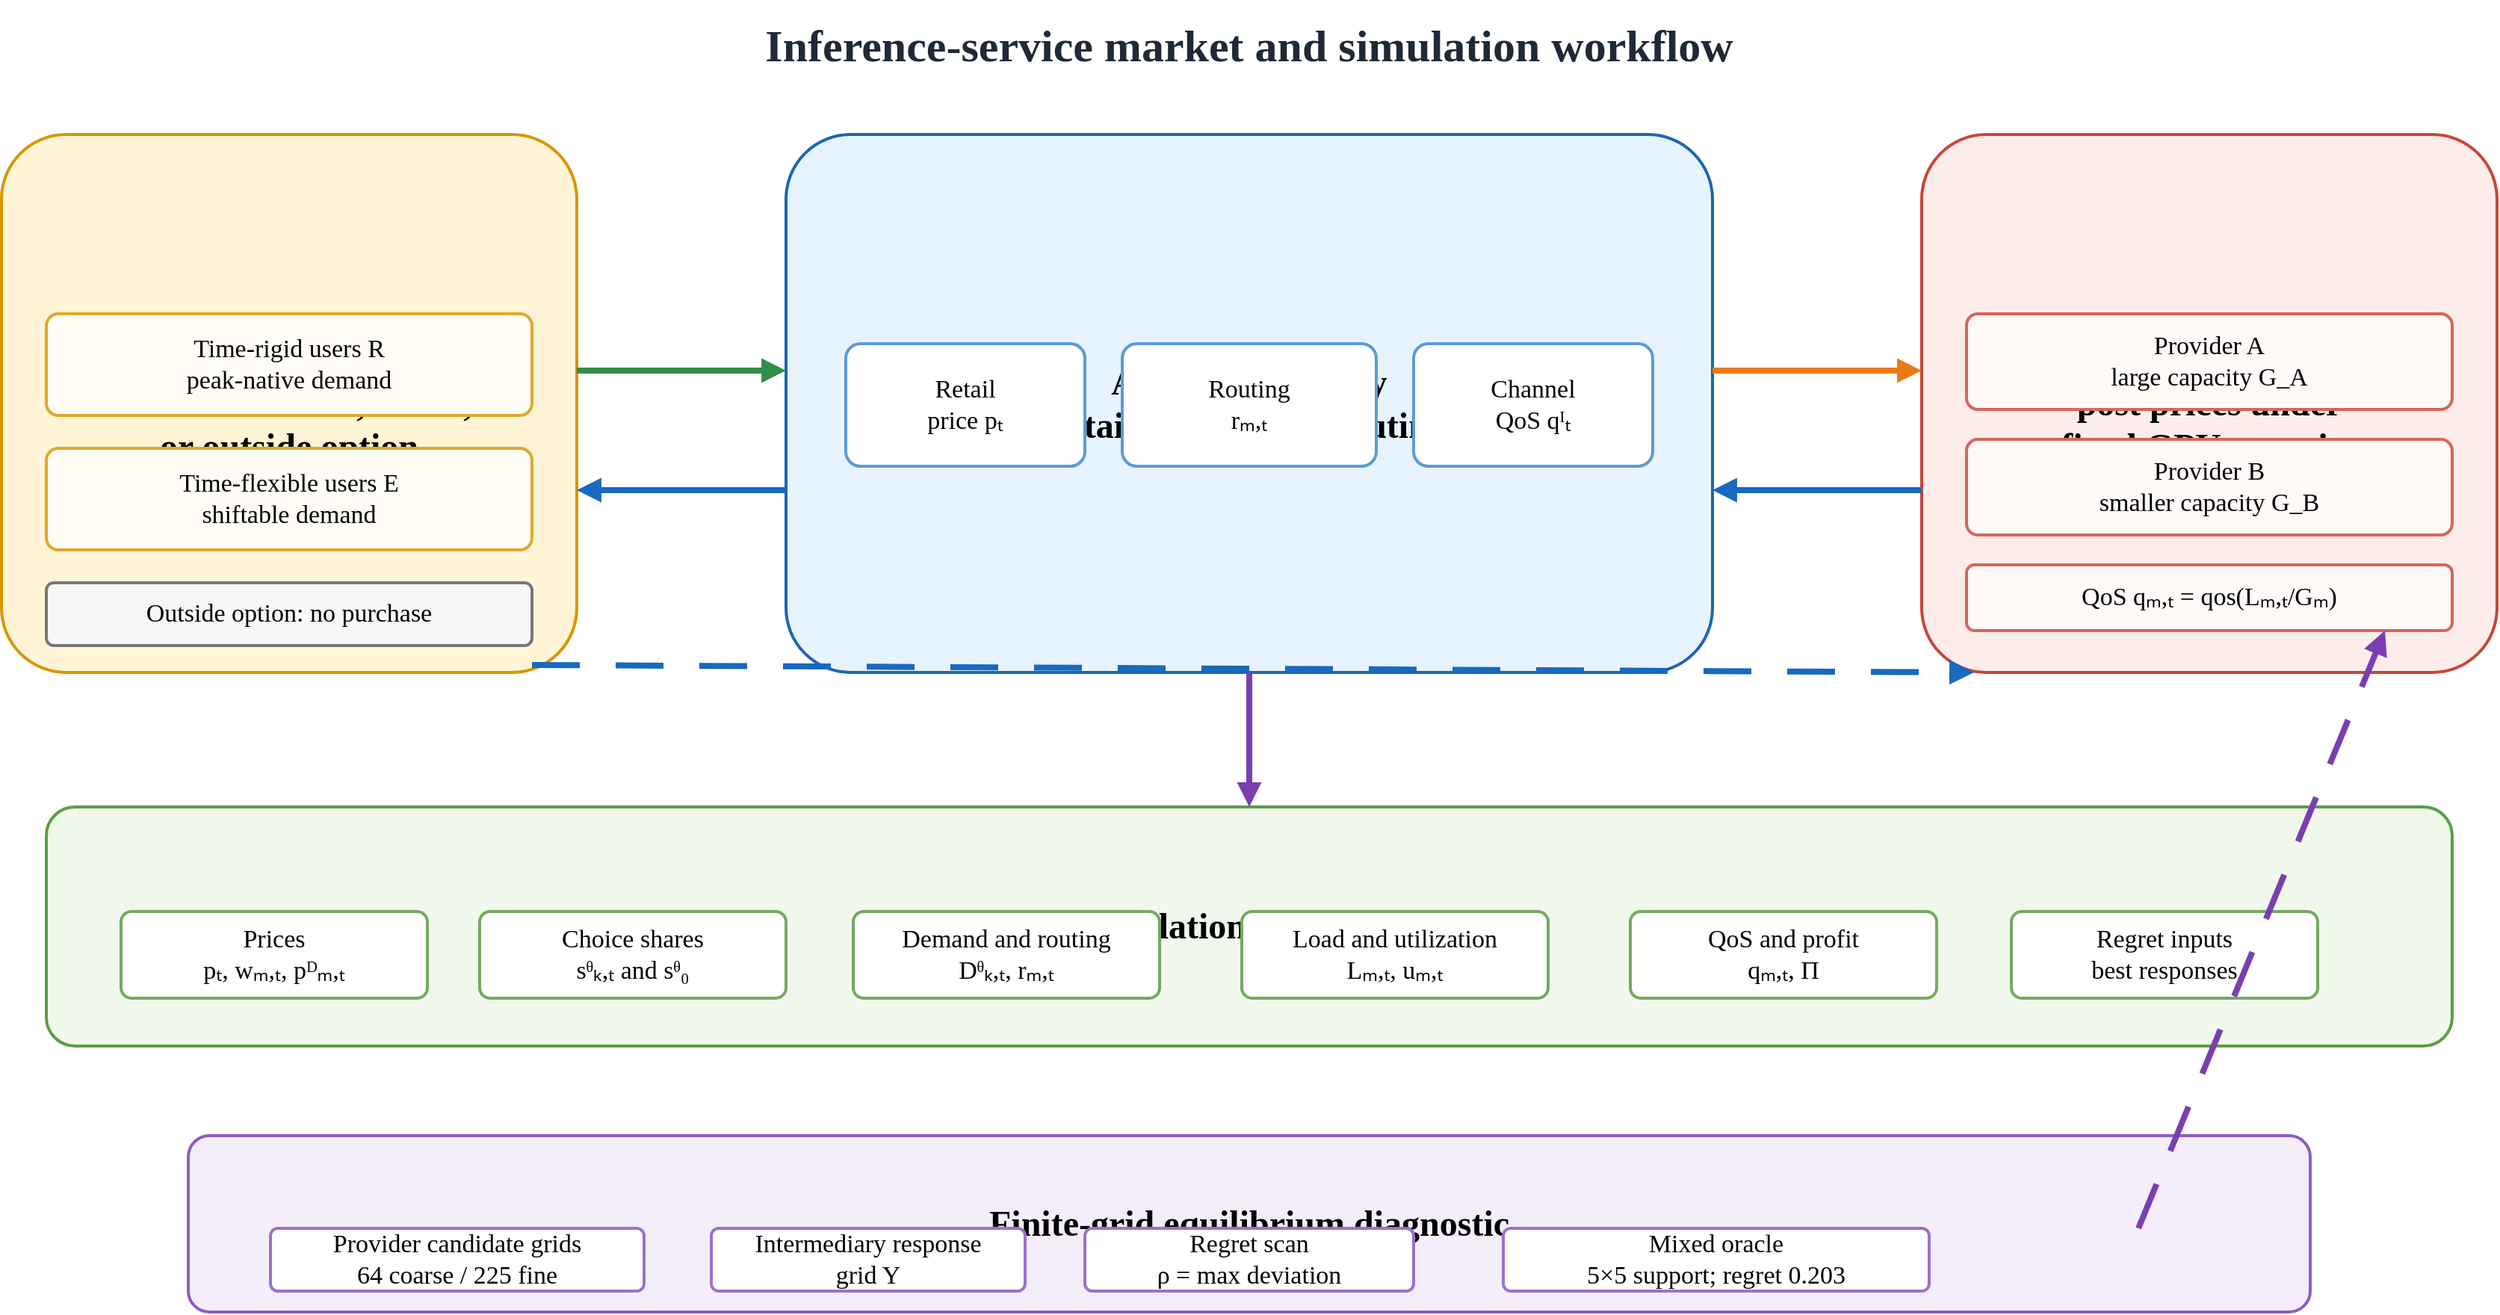
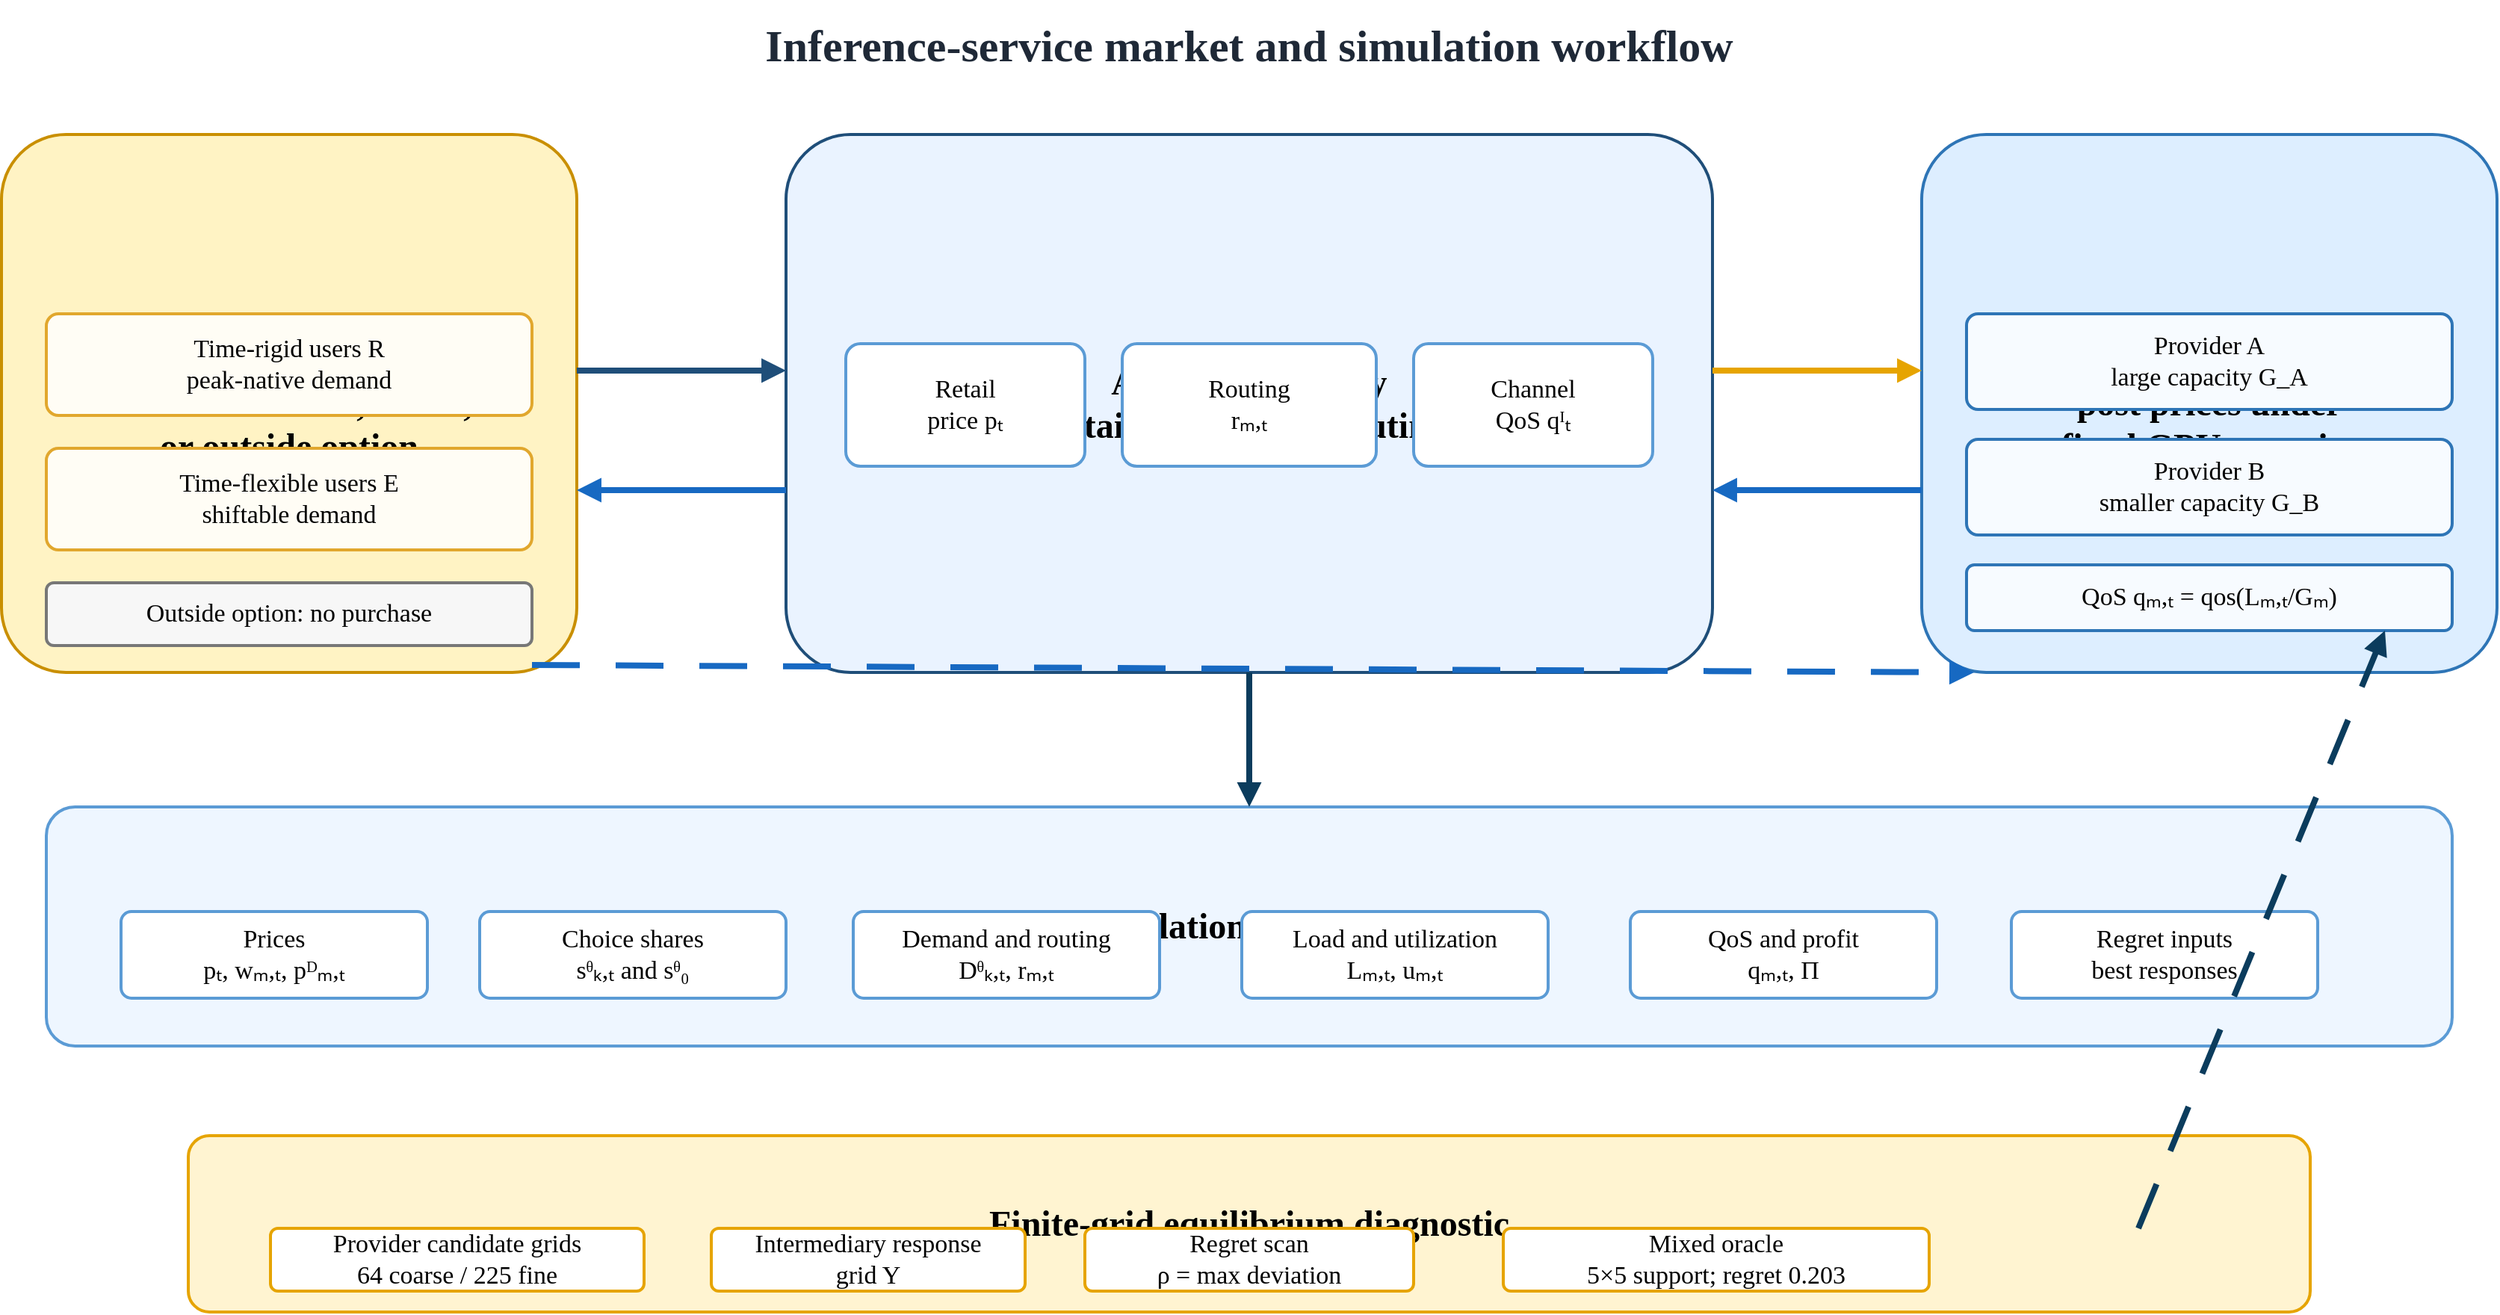
<?xml version='1.0' encoding='UTF-8'?>
<mxfile host="drawio" version="26.0.0">
  <diagram name="Page-1">
    <mxGraphModel dx="1800" dy="1020" grid="1" gridSize="10" guides="1" tooltips="1" connect="1" arrows="1" fold="1" page="1" pageScale="1" pageWidth="1800" pageHeight="1020" math="0" shadow="0">
      <root>
        <mxCell id="0" />
        <mxCell id="1" parent="0" />
        <mxCell id="2" value="&lt;div&gt;Inference-service market and simulation workflow&lt;/div&gt;" style="text;html=1;strokeColor=none;fillColor=none;whiteSpace=wrap;fontFamily=Times New Roman;fontSize=30;fontColor=#1F2937;fontStyle=1;align=center;verticalAlign=middle;" vertex="1" parent="1">
          <mxGeometry as="geometry" x="520" y="30" width="760" height="60" />
        </mxCell>
-         <mxCell id="3" value="&lt;div&gt;Users&lt;br&gt;choose brokered, direct,&lt;br&gt;or outside option&lt;/div&gt;" style="rounded=1;whiteSpace=wrap;html=1;arcSize=12;fillColor=#FFF5D6;strokeColor=#D99500;strokeWidth=2;fontFamily=Times New Roman;fontSize=24;fontStyle=1;align=center;verticalAlign=middle;" vertex="1" parent="1">
+         <mxCell id="3" value="&lt;div&gt;Users&lt;br&gt;choose brokered, direct,&lt;br&gt;or outside option&lt;/div&gt;" style="rounded=1;whiteSpace=wrap;html=1;arcSize=12;fillColor=#FFF3C4;strokeColor=#C98F00;strokeWidth=2;fontFamily=Times New Roman;fontSize=24;fontStyle=1;align=center;verticalAlign=middle;" vertex="1" parent="1">
          <mxGeometry as="geometry" x="65" y="120" width="385" height="360" />
        </mxCell>
-         <mxCell id="4" value="&lt;div&gt;API Intermediary&lt;br&gt;sets retail price pₜ and routing rₘ,ₜ&lt;/div&gt;" style="rounded=1;whiteSpace=wrap;html=1;arcSize=12;fillColor=#E7F3FF;strokeColor=#1B66B1;strokeWidth=2;fontFamily=Times New Roman;fontSize=24;fontStyle=1;align=center;verticalAlign=middle;" vertex="1" parent="1">
+         <mxCell id="4" value="&lt;div&gt;API Intermediary&lt;br&gt;sets retail price pₜ and routing rₘ,ₜ&lt;/div&gt;" style="rounded=1;whiteSpace=wrap;html=1;arcSize=12;fillColor=#EAF3FF;strokeColor=#1F4E79;strokeWidth=2;fontFamily=Times New Roman;fontSize=24;fontStyle=1;align=center;verticalAlign=middle;" vertex="1" parent="1">
          <mxGeometry as="geometry" x="590" y="120" width="620" height="360" />
        </mxCell>
-         <mxCell id="5" value="&lt;div&gt;Inference Providers&lt;br&gt;post prices under&lt;br&gt;fixed GPU capacity&lt;/div&gt;" style="rounded=1;whiteSpace=wrap;html=1;arcSize=12;fillColor=#FDEDEA;strokeColor=#C84638;strokeWidth=2;fontFamily=Times New Roman;fontSize=24;fontStyle=1;align=center;verticalAlign=middle;" vertex="1" parent="1">
+         <mxCell id="5" value="&lt;div&gt;Inference Providers&lt;br&gt;post prices under&lt;br&gt;fixed GPU capacity&lt;/div&gt;" style="rounded=1;whiteSpace=wrap;html=1;arcSize=12;fillColor=#DDEEFF;strokeColor=#2E75B6;strokeWidth=2;fontFamily=Times New Roman;fontSize=24;fontStyle=1;align=center;verticalAlign=middle;" vertex="1" parent="1">
          <mxGeometry as="geometry" x="1350" y="120" width="385" height="360" />
        </mxCell>
-         <mxCell id="6" value="&lt;div&gt;Simulation fixed point&lt;/div&gt;" style="rounded=1;whiteSpace=wrap;html=1;arcSize=12;fillColor=#F0F8EC;strokeColor=#5A9E45;strokeWidth=2;fontFamily=Times New Roman;fontSize=24;fontStyle=1;align=center;verticalAlign=middle;" vertex="1" parent="1">
+         <mxCell id="6" value="&lt;div&gt;Simulation fixed point&lt;/div&gt;" style="rounded=1;whiteSpace=wrap;html=1;arcSize=12;fillColor=#EEF6FF;strokeColor=#5B9BD5;strokeWidth=2;fontFamily=Times New Roman;fontSize=24;fontStyle=1;align=center;verticalAlign=middle;" vertex="1" parent="1">
          <mxGeometry as="geometry" x="95" y="570" width="1610" height="160" />
        </mxCell>
-         <mxCell id="7" value="&lt;div&gt;Finite-grid equilibrium diagnostic&lt;/div&gt;" style="rounded=1;whiteSpace=wrap;html=1;arcSize=12;fillColor=#F4EEFA;strokeColor=#8D5CC2;strokeWidth=2;fontFamily=Times New Roman;fontSize=24;fontStyle=1;align=center;verticalAlign=middle;" vertex="1" parent="1">
+         <mxCell id="7" value="&lt;div&gt;Finite-grid equilibrium diagnostic&lt;/div&gt;" style="rounded=1;whiteSpace=wrap;html=1;arcSize=12;fillColor=#FFF4D1;strokeColor=#E6A400;strokeWidth=2;fontFamily=Times New Roman;fontSize=24;fontStyle=1;align=center;verticalAlign=middle;" vertex="1" parent="1">
          <mxGeometry as="geometry" x="190" y="790" width="1420" height="118" />
        </mxCell>
        <mxCell id="8" value="&lt;div&gt;Time-rigid users R&lt;br&gt;peak-native demand&lt;/div&gt;" style="rounded=1;whiteSpace=wrap;html=1;arcSize=12;fillColor=#FFFDF5;strokeColor=#E1A72D;strokeWidth=2;fontFamily=Times New Roman;fontSize=17;fontStyle=0;align=center;verticalAlign=middle;" vertex="1" parent="1">
          <mxGeometry as="geometry" x="95" y="240" width="325" height="68" />
        </mxCell>
        <mxCell id="9" value="&lt;div&gt;Time-flexible users E&lt;br&gt;shiftable demand&lt;/div&gt;" style="rounded=1;whiteSpace=wrap;html=1;arcSize=12;fillColor=#FFFDF5;strokeColor=#E1A72D;strokeWidth=2;fontFamily=Times New Roman;fontSize=17;fontStyle=0;align=center;verticalAlign=middle;" vertex="1" parent="1">
          <mxGeometry as="geometry" x="95" y="330" width="325" height="68" />
        </mxCell>
        <mxCell id="10" value="&lt;div&gt;Outside option: no purchase&lt;/div&gt;" style="rounded=1;whiteSpace=wrap;html=1;arcSize=12;fillColor=#F7F7F7;strokeColor=#777777;strokeWidth=2;fontFamily=Times New Roman;fontSize=17;fontStyle=0;align=center;verticalAlign=middle;" vertex="1" parent="1">
          <mxGeometry as="geometry" x="95" y="420" width="325" height="42" />
        </mxCell>
        <mxCell id="11" value="&lt;div&gt;Retail&lt;br&gt;price pₜ&lt;/div&gt;" style="rounded=1;whiteSpace=wrap;html=1;arcSize=12;fillColor=#FFFFFF;strokeColor=#5B9BD5;strokeWidth=2;fontFamily=Times New Roman;fontSize=17;fontStyle=0;align=center;verticalAlign=middle;" vertex="1" parent="1">
          <mxGeometry as="geometry" x="630" y="260" width="160" height="82" />
        </mxCell>
        <mxCell id="12" value="&lt;div&gt;Routing&lt;br&gt;rₘ,ₜ&lt;/div&gt;" style="rounded=1;whiteSpace=wrap;html=1;arcSize=12;fillColor=#FFFFFF;strokeColor=#5B9BD5;strokeWidth=2;fontFamily=Times New Roman;fontSize=17;fontStyle=0;align=center;verticalAlign=middle;" vertex="1" parent="1">
          <mxGeometry as="geometry" x="815" y="260" width="170" height="82" />
        </mxCell>
        <mxCell id="13" value="&lt;div&gt;Channel&lt;br&gt;QoS qᴵₜ&lt;/div&gt;" style="rounded=1;whiteSpace=wrap;html=1;arcSize=12;fillColor=#FFFFFF;strokeColor=#5B9BD5;strokeWidth=2;fontFamily=Times New Roman;fontSize=17;fontStyle=0;align=center;verticalAlign=middle;" vertex="1" parent="1">
          <mxGeometry as="geometry" x="1010" y="260" width="160" height="82" />
        </mxCell>
-         <mxCell id="14" value="&lt;div&gt;Provider A&lt;br&gt;large capacity G_A&lt;/div&gt;" style="rounded=1;whiteSpace=wrap;html=1;arcSize=12;fillColor=#FFF9F8;strokeColor=#D7655B;strokeWidth=2;fontFamily=Times New Roman;fontSize=17;fontStyle=0;align=center;verticalAlign=middle;" vertex="1" parent="1">
+         <mxCell id="14" value="&lt;div&gt;Provider A&lt;br&gt;large capacity G_A&lt;/div&gt;" style="rounded=1;whiteSpace=wrap;html=1;arcSize=12;fillColor=#F7FBFF;strokeColor=#2E75B6;strokeWidth=2;fontFamily=Times New Roman;fontSize=17;fontStyle=0;align=center;verticalAlign=middle;" vertex="1" parent="1">
          <mxGeometry as="geometry" x="1380" y="240" width="325" height="64" />
        </mxCell>
-         <mxCell id="15" value="&lt;div&gt;Provider B&lt;br&gt;smaller capacity G_B&lt;/div&gt;" style="rounded=1;whiteSpace=wrap;html=1;arcSize=12;fillColor=#FFF9F8;strokeColor=#D7655B;strokeWidth=2;fontFamily=Times New Roman;fontSize=17;fontStyle=0;align=center;verticalAlign=middle;" vertex="1" parent="1">
+         <mxCell id="15" value="&lt;div&gt;Provider B&lt;br&gt;smaller capacity G_B&lt;/div&gt;" style="rounded=1;whiteSpace=wrap;html=1;arcSize=12;fillColor=#F7FBFF;strokeColor=#2E75B6;strokeWidth=2;fontFamily=Times New Roman;fontSize=17;fontStyle=0;align=center;verticalAlign=middle;" vertex="1" parent="1">
          <mxGeometry as="geometry" x="1380" y="324" width="325" height="64" />
        </mxCell>
-         <mxCell id="16" value="&lt;div&gt;QoS qₘ,ₜ = qos(Lₘ,ₜ/Gₘ)&lt;/div&gt;" style="rounded=1;whiteSpace=wrap;html=1;arcSize=12;fillColor=#FFF9F8;strokeColor=#D7655B;strokeWidth=2;fontFamily=Times New Roman;fontSize=17;fontStyle=0;align=center;verticalAlign=middle;" vertex="1" parent="1">
+         <mxCell id="16" value="&lt;div&gt;QoS qₘ,ₜ = qos(Lₘ,ₜ/Gₘ)&lt;/div&gt;" style="rounded=1;whiteSpace=wrap;html=1;arcSize=12;fillColor=#F7FBFF;strokeColor=#2E75B6;strokeWidth=2;fontFamily=Times New Roman;fontSize=17;fontStyle=0;align=center;verticalAlign=middle;" vertex="1" parent="1">
          <mxGeometry as="geometry" x="1380" y="408" width="325" height="44" />
        </mxCell>
-         <mxCell id="17" value="&lt;div&gt;Prices&lt;br&gt;pₜ, wₘ,ₜ, pᴰₘ,ₜ&lt;/div&gt;" style="rounded=1;whiteSpace=wrap;html=1;arcSize=12;fillColor=#FFFFFF;strokeColor=#73AA5F;strokeWidth=2;fontFamily=Times New Roman;fontSize=17;fontStyle=0;align=center;verticalAlign=middle;" vertex="1" parent="1">
+         <mxCell id="17" value="&lt;div&gt;Prices&lt;br&gt;pₜ, wₘ,ₜ, pᴰₘ,ₜ&lt;/div&gt;" style="rounded=1;whiteSpace=wrap;html=1;arcSize=12;fillColor=#FFFFFF;strokeColor=#5B9BD5;strokeWidth=2;fontFamily=Times New Roman;fontSize=17;fontStyle=0;align=center;verticalAlign=middle;" vertex="1" parent="1">
          <mxGeometry as="geometry" x="145" y="640" width="205" height="58" />
        </mxCell>
-         <mxCell id="18" value="&lt;div&gt;Choice shares&lt;br&gt;sᶿₖ,ₜ and sᶿ₀&lt;/div&gt;" style="rounded=1;whiteSpace=wrap;html=1;arcSize=12;fillColor=#FFFFFF;strokeColor=#73AA5F;strokeWidth=2;fontFamily=Times New Roman;fontSize=17;fontStyle=0;align=center;verticalAlign=middle;" vertex="1" parent="1">
+         <mxCell id="18" value="&lt;div&gt;Choice shares&lt;br&gt;sᶿₖ,ₜ and sᶿ₀&lt;/div&gt;" style="rounded=1;whiteSpace=wrap;html=1;arcSize=12;fillColor=#FFFFFF;strokeColor=#5B9BD5;strokeWidth=2;fontFamily=Times New Roman;fontSize=17;fontStyle=0;align=center;verticalAlign=middle;" vertex="1" parent="1">
          <mxGeometry as="geometry" x="385" y="640" width="205" height="58" />
        </mxCell>
-         <mxCell id="19" value="&lt;div&gt;Demand and routing&lt;br&gt;Dᶿₖ,ₜ, rₘ,ₜ&lt;/div&gt;" style="rounded=1;whiteSpace=wrap;html=1;arcSize=12;fillColor=#FFFFFF;strokeColor=#73AA5F;strokeWidth=2;fontFamily=Times New Roman;fontSize=17;fontStyle=0;align=center;verticalAlign=middle;" vertex="1" parent="1">
+         <mxCell id="19" value="&lt;div&gt;Demand and routing&lt;br&gt;Dᶿₖ,ₜ, rₘ,ₜ&lt;/div&gt;" style="rounded=1;whiteSpace=wrap;html=1;arcSize=12;fillColor=#FFFFFF;strokeColor=#5B9BD5;strokeWidth=2;fontFamily=Times New Roman;fontSize=17;fontStyle=0;align=center;verticalAlign=middle;" vertex="1" parent="1">
          <mxGeometry as="geometry" x="635" y="640" width="205" height="58" />
        </mxCell>
-         <mxCell id="20" value="&lt;div&gt;Load and utilization&lt;br&gt;Lₘ,ₜ, uₘ,ₜ&lt;/div&gt;" style="rounded=1;whiteSpace=wrap;html=1;arcSize=12;fillColor=#FFFFFF;strokeColor=#73AA5F;strokeWidth=2;fontFamily=Times New Roman;fontSize=17;fontStyle=0;align=center;verticalAlign=middle;" vertex="1" parent="1">
+         <mxCell id="20" value="&lt;div&gt;Load and utilization&lt;br&gt;Lₘ,ₜ, uₘ,ₜ&lt;/div&gt;" style="rounded=1;whiteSpace=wrap;html=1;arcSize=12;fillColor=#FFFFFF;strokeColor=#5B9BD5;strokeWidth=2;fontFamily=Times New Roman;fontSize=17;fontStyle=0;align=center;verticalAlign=middle;" vertex="1" parent="1">
          <mxGeometry as="geometry" x="895" y="640" width="205" height="58" />
        </mxCell>
-         <mxCell id="21" value="&lt;div&gt;QoS and profit&lt;br&gt;qₘ,ₜ, Π&lt;/div&gt;" style="rounded=1;whiteSpace=wrap;html=1;arcSize=12;fillColor=#FFFFFF;strokeColor=#73AA5F;strokeWidth=2;fontFamily=Times New Roman;fontSize=17;fontStyle=0;align=center;verticalAlign=middle;" vertex="1" parent="1">
+         <mxCell id="21" value="&lt;div&gt;QoS and profit&lt;br&gt;qₘ,ₜ, Π&lt;/div&gt;" style="rounded=1;whiteSpace=wrap;html=1;arcSize=12;fillColor=#FFFFFF;strokeColor=#5B9BD5;strokeWidth=2;fontFamily=Times New Roman;fontSize=17;fontStyle=0;align=center;verticalAlign=middle;" vertex="1" parent="1">
          <mxGeometry as="geometry" x="1155" y="640" width="205" height="58" />
        </mxCell>
-         <mxCell id="22" value="&lt;div&gt;Regret inputs&lt;br&gt;best responses&lt;/div&gt;" style="rounded=1;whiteSpace=wrap;html=1;arcSize=12;fillColor=#FFFFFF;strokeColor=#73AA5F;strokeWidth=2;fontFamily=Times New Roman;fontSize=17;fontStyle=0;align=center;verticalAlign=middle;" vertex="1" parent="1">
+         <mxCell id="22" value="&lt;div&gt;Regret inputs&lt;br&gt;best responses&lt;/div&gt;" style="rounded=1;whiteSpace=wrap;html=1;arcSize=12;fillColor=#FFFFFF;strokeColor=#5B9BD5;strokeWidth=2;fontFamily=Times New Roman;fontSize=17;fontStyle=0;align=center;verticalAlign=middle;" vertex="1" parent="1">
          <mxGeometry as="geometry" x="1410" y="640" width="205" height="58" />
        </mxCell>
-         <mxCell id="23" value="&lt;div&gt;Provider candidate grids&lt;br&gt;64 coarse / 225 fine&lt;/div&gt;" style="rounded=1;whiteSpace=wrap;html=1;arcSize=12;fillColor=#FFFFFF;strokeColor=#9D70C9;strokeWidth=2;fontFamily=Times New Roman;fontSize=17;fontStyle=0;align=center;verticalAlign=middle;" vertex="1" parent="1">
+         <mxCell id="23" value="&lt;div&gt;Provider candidate grids&lt;br&gt;64 coarse / 225 fine&lt;/div&gt;" style="rounded=1;whiteSpace=wrap;html=1;arcSize=12;fillColor=#FFFFFF;strokeColor=#E6A400;strokeWidth=2;fontFamily=Times New Roman;fontSize=17;fontStyle=0;align=center;verticalAlign=middle;" vertex="1" parent="1">
          <mxGeometry as="geometry" x="245" y="852" width="250" height="42" />
        </mxCell>
-         <mxCell id="24" value="&lt;div&gt;Intermediary response&lt;br&gt;grid Y&lt;/div&gt;" style="rounded=1;whiteSpace=wrap;html=1;arcSize=12;fillColor=#FFFFFF;strokeColor=#9D70C9;strokeWidth=2;fontFamily=Times New Roman;fontSize=17;fontStyle=0;align=center;verticalAlign=middle;" vertex="1" parent="1">
+         <mxCell id="24" value="&lt;div&gt;Intermediary response&lt;br&gt;grid Y&lt;/div&gt;" style="rounded=1;whiteSpace=wrap;html=1;arcSize=12;fillColor=#FFFFFF;strokeColor=#E6A400;strokeWidth=2;fontFamily=Times New Roman;fontSize=17;fontStyle=0;align=center;verticalAlign=middle;" vertex="1" parent="1">
          <mxGeometry as="geometry" x="540" y="852" width="210" height="42" />
        </mxCell>
-         <mxCell id="25" value="&lt;div&gt;Regret scan&lt;br&gt;ρ = max deviation&lt;/div&gt;" style="rounded=1;whiteSpace=wrap;html=1;arcSize=12;fillColor=#FFFFFF;strokeColor=#9D70C9;strokeWidth=2;fontFamily=Times New Roman;fontSize=17;fontStyle=0;align=center;verticalAlign=middle;" vertex="1" parent="1">
+         <mxCell id="25" value="&lt;div&gt;Regret scan&lt;br&gt;ρ = max deviation&lt;/div&gt;" style="rounded=1;whiteSpace=wrap;html=1;arcSize=12;fillColor=#FFFFFF;strokeColor=#E6A400;strokeWidth=2;fontFamily=Times New Roman;fontSize=17;fontStyle=0;align=center;verticalAlign=middle;" vertex="1" parent="1">
          <mxGeometry as="geometry" x="790" y="852" width="220" height="42" />
        </mxCell>
-         <mxCell id="26" value="&lt;div&gt;Mixed oracle&lt;br&gt;5×5 support; regret 0.203&lt;/div&gt;" style="rounded=1;whiteSpace=wrap;html=1;arcSize=12;fillColor=#FFFFFF;strokeColor=#9D70C9;strokeWidth=2;fontFamily=Times New Roman;fontSize=17;fontStyle=0;align=center;verticalAlign=middle;" vertex="1" parent="1">
+         <mxCell id="26" value="&lt;div&gt;Mixed oracle&lt;br&gt;5×5 support; regret 0.203&lt;/div&gt;" style="rounded=1;whiteSpace=wrap;html=1;arcSize=12;fillColor=#FFFFFF;strokeColor=#E6A400;strokeWidth=2;fontFamily=Times New Roman;fontSize=17;fontStyle=0;align=center;verticalAlign=middle;" vertex="1" parent="1">
          <mxGeometry as="geometry" x="1070" y="852" width="285" height="42" />
        </mxCell>
-         <mxCell id="27" value="" style="endArrow=block;html=1;rounded=1;strokeColor=#2F8F46;strokeWidth=4;" edge="1" parent="1">
+         <mxCell id="27" value="" style="endArrow=block;html=1;rounded=1;strokeColor=#1F4E79;strokeWidth=4;" edge="1" parent="1">
          <mxGeometry as="geometry" relative="1">
            <mxPoint as="sourcePoint" x="450" y="278" />
            <mxPoint as="targetPoint" x="590" y="278" />
          </mxGeometry>
        </mxCell>
        <mxCell id="28" value="" style="endArrow=block;html=1;rounded=1;strokeColor=#1769C2;strokeWidth=4;" edge="1" parent="1">
          <mxGeometry as="geometry" relative="1">
            <mxPoint as="sourcePoint" x="590" y="358" />
            <mxPoint as="targetPoint" x="450" y="358" />
          </mxGeometry>
        </mxCell>
-         <mxCell id="29" value="" style="endArrow=block;html=1;rounded=1;strokeColor=#E97917;strokeWidth=4;" edge="1" parent="1">
+         <mxCell id="29" value="" style="endArrow=block;html=1;rounded=1;strokeColor=#E6A400;strokeWidth=4;" edge="1" parent="1">
          <mxGeometry as="geometry" relative="1">
            <mxPoint as="sourcePoint" x="1210" y="278" />
            <mxPoint as="targetPoint" x="1350" y="278" />
          </mxGeometry>
        </mxCell>
        <mxCell id="30" value="" style="endArrow=block;html=1;rounded=1;strokeColor=#1769C2;strokeWidth=4;" edge="1" parent="1">
          <mxGeometry as="geometry" relative="1">
            <mxPoint as="sourcePoint" x="1350" y="358" />
            <mxPoint as="targetPoint" x="1210" y="358" />
          </mxGeometry>
        </mxCell>
        <mxCell id="31" value="" style="endArrow=block;html=1;rounded=1;strokeColor=#1769C2;strokeWidth=4;dashed=1;dashPattern=8 6;" edge="1" parent="1">
          <mxGeometry as="geometry" relative="1">
            <mxPoint as="sourcePoint" x="420" y="475" />
            <mxPoint as="targetPoint" x="1385" y="480" />
          </mxGeometry>
        </mxCell>
-         <mxCell id="32" value="" style="endArrow=block;html=1;rounded=1;strokeColor=#7A3EB1;strokeWidth=4;" edge="1" parent="1">
+         <mxCell id="32" value="" style="endArrow=block;html=1;rounded=1;strokeColor=#0B3C5D;strokeWidth=4;" edge="1" parent="1">
          <mxGeometry as="geometry" relative="1">
            <mxPoint as="sourcePoint" x="900" y="480" />
            <mxPoint as="targetPoint" x="900" y="570" />
          </mxGeometry>
        </mxCell>
-         <mxCell id="33" value="" style="endArrow=block;html=1;rounded=1;strokeColor=#7A3EB1;strokeWidth=4;dashed=1;dashPattern=8 6;" edge="1" parent="1">
+         <mxCell id="33" value="" style="endArrow=block;html=1;rounded=1;strokeColor=#0B3C5D;strokeWidth=4;dashed=1;dashPattern=8 6;" edge="1" parent="1">
          <mxGeometry as="geometry" relative="1">
            <mxPoint as="sourcePoint" x="1495" y="852" />
            <mxPoint as="targetPoint" x="1660" y="452" />
          </mxGeometry>
        </mxCell>
      </root>
    </mxGraphModel>
  </diagram>
</mxfile>